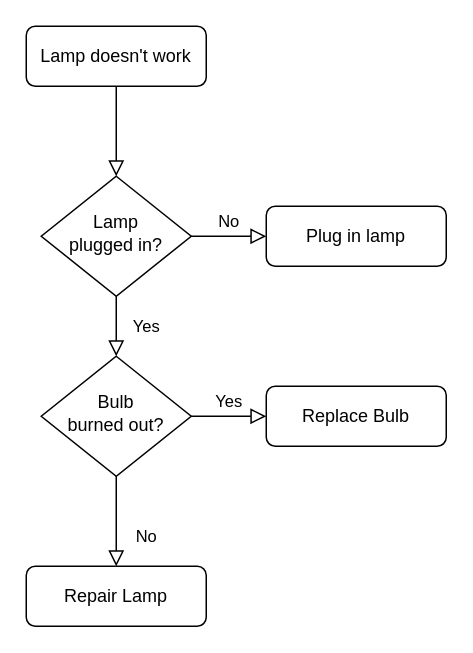
Before: Untitled Diagram.drawio in Yomin321/flowchart, a draw.io diagram. Source tidied: cells renumbered, new cells numbered last; positions are measured from the earlier drawing's top-left corner, leaving out a move shared by most shapes. Both pictures are drawn from the tidied source at 150%, with x=0, y=0 at pixel (26, 26).
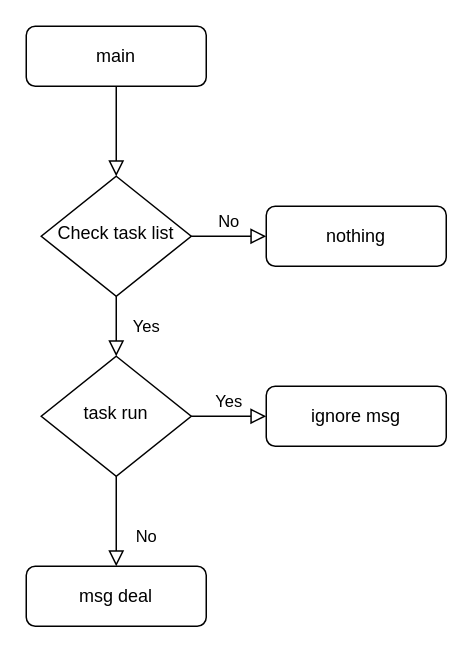
After the change.

What changed in the source:
```diff
@@
 <mxGraphModel>
   <root>
     <mxCell id="0" />
     <mxCell id="1" parent="0" />
     <mxCell id="2" style="rounded=0;html=1;jettySize=auto;fontSize=11;endArrow=block;endFill=0;endSize=8;strokeWidth=1;shadow=0;labelBackgroundColor=none;edgeStyle=orthogonalEdgeStyle;" parent="1" edge="1" source="3" target="6">
       <mxGeometry relative="1" as="geometry" />
     </mxCell>
-    <mxCell id="3" value="Lamp doesn't work" style="rounded=1;whiteSpace=wrap;html=1;fontSize=12;glass=0;strokeWidth=1;shadow=0;" parent="1" vertex="1">
+    <mxCell id="3" value="main" style="rounded=1;whiteSpace=wrap;html=1;fontSize=12;glass=0;strokeWidth=1;shadow=0;" parent="1" vertex="1">
       <mxGeometry width="120" height="40" as="geometry" />
     </mxCell>
     <mxCell id="4" value="Yes" style="rounded=0;html=1;jettySize=auto;fontSize=11;endArrow=block;endFill=0;endSize=8;strokeWidth=1;shadow=0;labelBackgroundColor=none;edgeStyle=orthogonalEdgeStyle;" parent="1" edge="1" source="6" target="10">
       <mxGeometry y="20" relative="1" as="geometry" />
     </mxCell>
     <mxCell id="5" value="No" style="edgeStyle=orthogonalEdgeStyle;rounded=0;html=1;jettySize=auto;fontSize=11;endArrow=block;endFill=0;endSize=8;strokeWidth=1;shadow=0;labelBackgroundColor=none;" parent="1" edge="1" source="6" target="7">
       <mxGeometry y="10" relative="1" as="geometry" />
     </mxCell>
-    <mxCell id="6" value="Lamp&lt;br&gt;plugged in?" style="rhombus;whiteSpace=wrap;html=1;shadow=0;fontFamily=Helvetica;fontSize=12;align=center;strokeWidth=1;spacing=6;spacingTop=-4;" parent="1" vertex="1">
+    <mxCell id="6" value="Check task list" style="rhombus;whiteSpace=wrap;html=1;shadow=0;fontFamily=Helvetica;fontSize=12;align=center;strokeWidth=1;spacing=6;spacingTop=-4;" parent="1" vertex="1">
       <mxGeometry x="10" y="100" width="100" height="80" as="geometry" />
     </mxCell>
-    <mxCell id="7" value="Plug in lamp" style="rounded=1;whiteSpace=wrap;html=1;fontSize=12;glass=0;strokeWidth=1;shadow=0;" parent="1" vertex="1">
+    <mxCell id="7" value="nothing" style="rounded=1;whiteSpace=wrap;html=1;fontSize=12;glass=0;strokeWidth=1;shadow=0;" parent="1" vertex="1">
       <mxGeometry x="160" y="120" width="120" height="40" as="geometry" />
     </mxCell>
     <mxCell id="8" value="No" style="rounded=0;html=1;jettySize=auto;fontSize=11;endArrow=block;endFill=0;endSize=8;strokeWidth=1;shadow=0;labelBackgroundColor=none;edgeStyle=orthogonalEdgeStyle;" parent="1" edge="1" source="10" target="11">
       <mxGeometry x="0.33" y="20" relative="1" as="geometry" />
     </mxCell>
     <mxCell id="9" value="Yes" style="edgeStyle=orthogonalEdgeStyle;rounded=0;html=1;jettySize=auto;fontSize=11;endArrow=block;endFill=0;endSize=8;strokeWidth=1;shadow=0;labelBackgroundColor=none;" parent="1" edge="1" source="10" target="12">
       <mxGeometry y="10" relative="1" as="geometry" />
     </mxCell>
-    <mxCell id="10" value="Bulb&lt;br&gt;burned out?" style="rhombus;whiteSpace=wrap;html=1;shadow=0;fontFamily=Helvetica;fontSize=12;align=center;strokeWidth=1;spacing=6;spacingTop=-4;" parent="1" vertex="1">
+    <mxCell id="10" value="task run" style="rhombus;whiteSpace=wrap;html=1;shadow=0;fontFamily=Helvetica;fontSize=12;align=center;strokeWidth=1;spacing=6;spacingTop=-4;" parent="1" vertex="1">
       <mxGeometry x="10" y="220" width="100" height="80" as="geometry" />
     </mxCell>
-    <mxCell id="11" value="Repair Lamp" style="rounded=1;whiteSpace=wrap;html=1;fontSize=12;glass=0;strokeWidth=1;shadow=0;" parent="1" vertex="1">
+    <mxCell id="11" value="msg deal" style="rounded=1;whiteSpace=wrap;html=1;fontSize=12;glass=0;strokeWidth=1;shadow=0;" parent="1" vertex="1">
       <mxGeometry y="360" width="120" height="40" as="geometry" />
     </mxCell>
-    <mxCell id="12" value="Replace Bulb" style="rounded=1;whiteSpace=wrap;html=1;fontSize=12;glass=0;strokeWidth=1;shadow=0;" parent="1" vertex="1">
+    <mxCell id="12" value="ignore msg" style="rounded=1;whiteSpace=wrap;html=1;fontSize=12;glass=0;strokeWidth=1;shadow=0;" parent="1" vertex="1">
       <mxGeometry x="160" y="240" width="120" height="40" as="geometry" />
     </mxCell>
   </root>
 </mxGraphModel>
```
